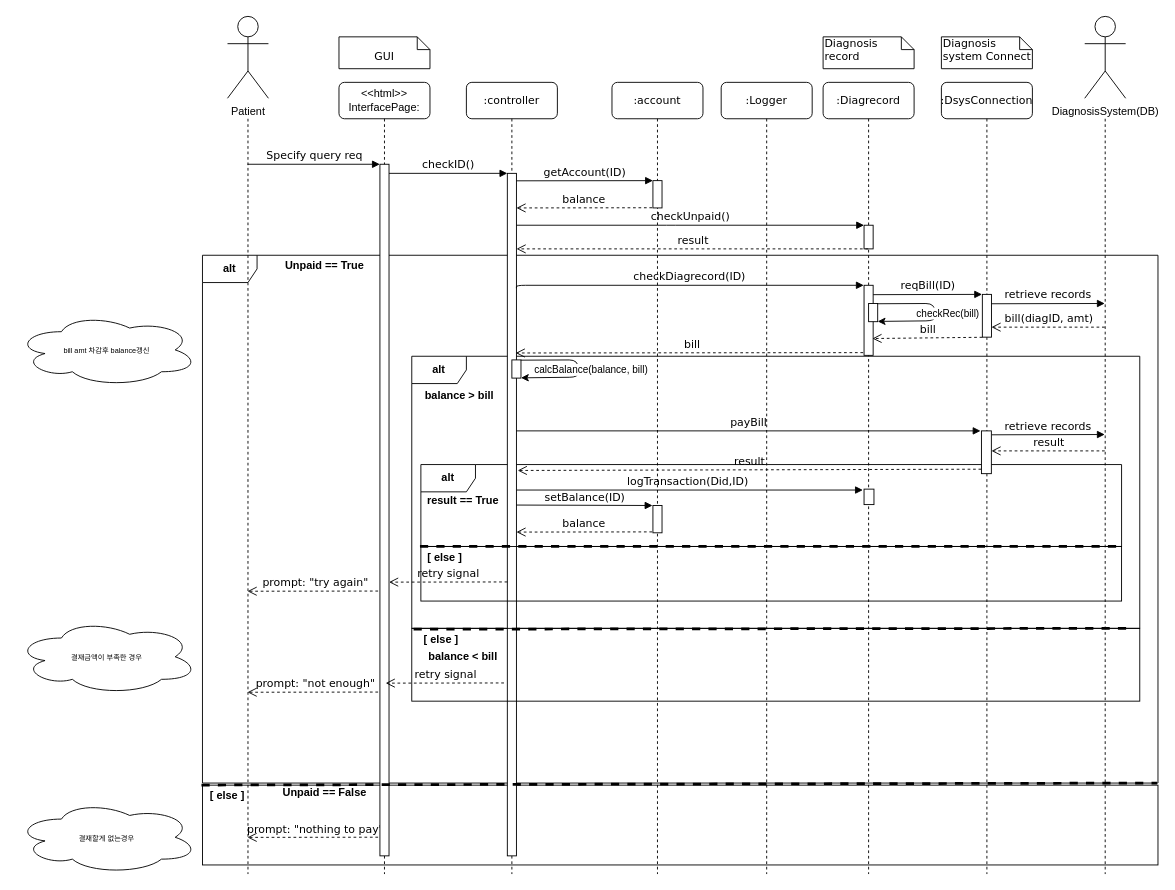
This is patient/04.sequencediagram/UC4_sequence_diag.drawio from yhb1834/Smart-Health-Prediction-System, a draw.io file, before an edit. Source tidied: cells renumbered, new cells numbered last; positions are measured from the earlier drawing's top-left corner, leaving out a move shared by most shapes. Both pictures are drawn from the tidied source at 91%, with x=0, y=0 at pixel (15, 16).
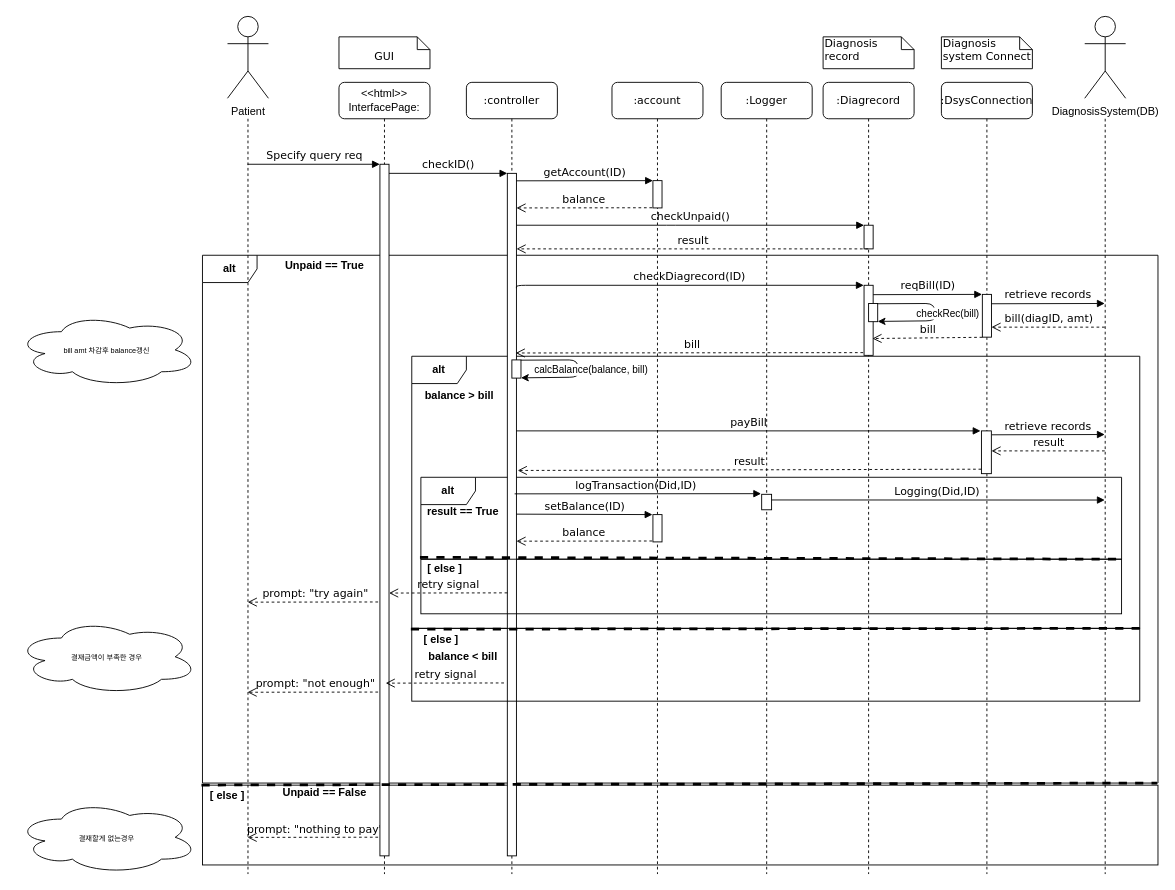
The same page after the edit.

The change refers to these unchanged cells:
```xml
<mxCell id="14" value=":account" style="shape=umlLifeline;perimeter=lifelinePerimeter;whiteSpace=wrap;html=1;rounded=1;shadow=0;comic=0;labelBackgroundColor=none;strokeWidth=1;fontFamily=Verdana;fontSize=12;align=center;" parent="1" vertex="1">
  <mxGeometry x="655" y="72" width="100" height="870" as="geometry" />
</mxCell>
<mxCell id="18" value=":Diagrecord" style="shape=umlLifeline;perimeter=lifelinePerimeter;whiteSpace=wrap;html=1;outlineConnect=0;rounded=1;shadow=0;comic=0;labelBackgroundColor=none;strokeWidth=1;fontFamily=Verdana;fontSize=12;align=center;" parent="1" vertex="1">
  <mxGeometry x="887" y="72" width="100" height="870" as="geometry" />
</mxCell>
<mxCell id="29" style="shape=umlLifeline;perimeter=lifelinePerimeter;whiteSpace=wrap;html=1;outlineConnect=0;rounded=1;shadow=0;comic=0;labelBackgroundColor=none;strokeWidth=1;fontFamily=Verdana;fontSize=12;align=center;size=0;" parent="1" vertex="1">
  <mxGeometry x="205" y="112" width="100" height="830" as="geometry" />
</mxCell>
<mxCell id="70" style="rounded=0;whiteSpace=wrap;html=1;fillColor=none;" parent="1" vertex="1">
  <mxGeometry x="435" y="672" width="800" height="80" as="geometry" />
</mxCell>
```

What changed in the source:
```diff
@@
-    <mxCell id="6" value="prompt: &quot;try again&quot;" style="html=1;verticalAlign=bottom;endArrow=open;dashed=1;endSize=8;labelBackgroundColor=none;fontFamily=Verdana;fontSize=12;edgeStyle=elbowEdgeStyle;elbow=vertical;exitX=-0.087;exitY=0.993;exitDx=0;exitDy=0;exitPerimeter=0;" parent="1" edge="1" target="29">
+    <mxCell id="6" value="prompt: &quot;try again&quot;" style="html=1;verticalAlign=bottom;endArrow=open;dashed=1;endSize=8;labelBackgroundColor=none;fontFamily=Verdana;fontSize=12;edgeStyle=elbowEdgeStyle;elbow=vertical;exitX=-0.087;exitY=0.993;exitDx=0;exitDy=0;exitPerimeter=0;" parent="1" edge="1">
       <mxGeometry relative="1" as="geometry">
-        <mxPoint x="404" y="631" as="sourcePoint" />
+        <mxPoint x="404" y="643" as="sourcePoint" />
+        <mxPoint x="254.7" y="643.2" as="targetPoint" />
         <Array as="points">
-          <mxPoint x="358.9" y="631.2" />
-          <mxPoint x="333.9" y="631.2" />
-          <mxPoint x="363.9" y="631.2" />
+          <mxPoint x="358.9" y="643.2" />
+          <mxPoint x="333.9" y="643.2" />
+          <mxPoint x="363.9" y="643.2" />
         </Array>
       </mxGeometry>
     </mxCell>
@@
     <mxCell id="8" value="&lt;b&gt;alt&lt;/b&gt;" style="shape=umlFrame;whiteSpace=wrap;html=1;" parent="1" vertex="1">
-      <mxGeometry x="445" y="492" width="770" height="90" as="geometry" />
+      <mxGeometry x="445" y="506" width="770" height="90" as="geometry" />
     </mxCell>
@@
     <mxCell id="16" value="setBalance(ID)" style="html=1;verticalAlign=bottom;endArrow=block;entryX=-0.051;entryY=-0.006;labelBackgroundColor=none;fontFamily=Verdana;fontSize=12;edgeStyle=elbowEdgeStyle;elbow=vertical;entryDx=0;entryDy=0;entryPerimeter=0;" parent="14" edge="1">
       <mxGeometry relative="1" as="geometry">
-        <mxPoint x="-105" y="464.5" as="sourcePoint" />
-        <mxPoint x="44.5" y="464.8" as="targetPoint" />
+        <mxPoint x="-105" y="474.5" as="sourcePoint" />
+        <mxPoint x="44.5" y="474.8" as="targetPoint" />
       </mxGeometry>
     </mxCell>
     <mxCell id="17" style="html=1;perimeter=orthogonalPerimeter;rounded=0;shadow=0;comic=0;labelBackgroundColor=none;strokeWidth=1;fontFamily=Verdana;fontSize=12;align=center;" parent="14" vertex="1">
-      <mxGeometry x="45" y="465" width="10" height="30" as="geometry" />
+      <mxGeometry x="45" y="475" width="10" height="30" as="geometry" />
     </mxCell>
@@
-    <mxCell id="20" style="html=1;perimeter=orthogonalPerimeter;rounded=0;shadow=0;comic=0;labelBackgroundColor=none;strokeWidth=1;fontFamily=Verdana;fontSize=12;align=center;" parent="18" vertex="1">
-      <mxGeometry x="45" y="447" width="10.9" height="17" as="geometry" />
-    </mxCell>
@@
-    <mxCell id="58" value="logTransaction(Did,ID)&amp;nbsp;" style="html=1;verticalAlign=bottom;endArrow=block;labelBackgroundColor=none;fontFamily=Verdana;fontSize=12;edgeStyle=elbowEdgeStyle;elbow=vertical;entryX=-0.033;entryY=0.004;entryDx=0;entryDy=0;entryPerimeter=0;" parent="1" edge="1">
-      <mxGeometry x="-50" y="289" as="geometry">
-        <mxPoint x="550" y="520" as="sourcePoint" />
-        <mxPoint x="930.7" y="520.3" as="targetPoint" />
-        <Array as="points">
-          <mxPoint x="744" y="520" />
-        </Array>
+    <mxCell id="58" value="logTransaction(Did,ID)&amp;nbsp;" style="html=1;verticalAlign=bottom;endArrow=block;labelBackgroundColor=none;fontFamily=Verdana;fontSize=12;edgeStyle=elbowEdgeStyle;elbow=vertical;entryX=0.122;entryY=0.311;entryDx=0;entryDy=0;entryPerimeter=0;exitX=1;exitY=0.471;exitDx=0;exitDy=0;exitPerimeter=0;" parent="1" edge="1">
+      <mxGeometry x="-52" y="288" as="geometry">
+        <mxPoint x="548" y="524.2" as="sourcePoint" />
+        <mxPoint x="818.9" y="524" as="targetPoint" />
       </mxGeometry>
     </mxCell>
@@
     <mxCell id="61" value="result == True" style="text;html=1;strokeColor=none;fillColor=none;align=center;verticalAlign=middle;whiteSpace=wrap;rounded=0;fontStyle=1;" parent="1" vertex="1">
-      <mxGeometry x="445" y="520.7" width="93" height="22.6" as="geometry" />
+      <mxGeometry x="445" y="532.7" width="93" height="22.6" as="geometry" />
     </mxCell>
-    <mxCell id="62" style="endArrow=none;dashed=1;html=1;strokeWidth=3;entryX=-0.001;entryY=1.004;entryDx=0;entryDy=0;entryPerimeter=0;exitX=1;exitY=0.998;exitDx=0;exitDy=0;exitPerimeter=0;" parent="1" edge="1">
+    <mxCell id="62" style="endArrow=none;dashed=1;html=1;strokeWidth=3;entryX=-0.001;entryY=1.004;entryDx=0;entryDy=0;entryPerimeter=0;exitX=1;exitY=0;exitDx=0;exitDy=0;" parent="1" edge="1" source="70">
       <mxGeometry relative="1" as="geometry">
-        <mxPoint x="1220" y="672" as="sourcePoint" />
         <mxPoint x="430" y="672.9" as="targetPoint" />
       </mxGeometry>
     </mxCell>
     <mxCell id="63" style="rounded=0;whiteSpace=wrap;html=1;fillColor=none;" parent="1" vertex="1">
-      <mxGeometry x="445" y="582" width="770" height="60" as="geometry" />
+      <mxGeometry x="445" y="596" width="770" height="60" as="geometry" />
     </mxCell>
@@
     <mxCell id="66" value="&lt;b&gt;[ else ]&lt;/b&gt;" style="text;html=1;strokeColor=none;fillColor=none;align=center;verticalAlign=middle;whiteSpace=wrap;rounded=0;" parent="1" vertex="1">
-      <mxGeometry x="444" y="582" width="54.7" height="25" as="geometry" />
+      <mxGeometry x="444" y="594" width="54.7" height="25" as="geometry" />
     </mxCell>
     <mxCell id="67" value="balance" style="html=1;verticalAlign=bottom;endArrow=open;dashed=1;endSize=8;labelBackgroundColor=none;fontFamily=Verdana;fontSize=12;edgeStyle=elbowEdgeStyle;elbow=vertical;exitX=-0.087;exitY=0.993;exitDx=0;exitDy=0;exitPerimeter=0;" parent="1" edge="1">
       <mxGeometry relative="1" as="geometry">
-        <mxPoint x="699.1" y="566" as="sourcePoint" />
-        <mxPoint x="550" y="566.2" as="targetPoint" />
+        <mxPoint x="699.1" y="576" as="sourcePoint" />
+        <mxPoint x="550" y="576.2" as="targetPoint" />
         <Array as="points">
-          <mxPoint x="654" y="566.2" />
-          <mxPoint x="629" y="566.2" />
-          <mxPoint x="659" y="566.2" />
+          <mxPoint x="654" y="576.2" />
+          <mxPoint x="629" y="576.2" />
+          <mxPoint x="659" y="576.2" />
         </Array>
       </mxGeometry>
     </mxCell>
-    <mxCell id="68" style="endArrow=none;dashed=1;html=1;strokeWidth=3;exitX=0;exitY=0;exitDx=0;exitDy=0;entryX=1;entryY=0;entryDx=0;entryDy=0;" parent="1" edge="1" target="63">
-      <mxGeometry relative="1" as="geometry">
-        <mxPoint x="444" y="582" as="sourcePoint" />
-      </mxGeometry>
+    <mxCell id="68" style="endArrow=none;dashed=1;html=1;strokeWidth=3;exitX=0;exitY=0;exitDx=0;exitDy=0;entryX=1;entryY=0;entryDx=0;entryDy=0;" parent="1" edge="1" source="66" target="63">
+      <mxGeometry relative="1" as="geometry" />
     </mxCell>
     <mxCell id="69" value="retry signal" style="html=1;verticalAlign=bottom;endArrow=open;dashed=1;endSize=8;labelBackgroundColor=none;fontFamily=Verdana;fontSize=12;edgeStyle=elbowEdgeStyle;elbow=vertical;exitX=-0.087;exitY=0.993;exitDx=0;exitDy=0;exitPerimeter=0;" parent="1" edge="1">
       <mxGeometry relative="1" as="geometry">
-        <mxPoint x="540" y="621" as="sourcePoint" />
-        <mxPoint x="410" y="621" as="targetPoint" />
+        <mxPoint x="540" y="633" as="sourcePoint" />
+        <mxPoint x="410" y="633" as="targetPoint" />
         <Array as="points">
-          <mxPoint x="494.9" y="621.2" />
-          <mxPoint x="469.9" y="621.2" />
-          <mxPoint x="499.9" y="621.2" />
+          <mxPoint x="494.9" y="633.2" />
+          <mxPoint x="469.9" y="633.2" />
+          <mxPoint x="499.9" y="633.2" />
         </Array>
       </mxGeometry>
     </mxCell>
@@
+    <mxCell id="20" style="html=1;perimeter=orthogonalPerimeter;rounded=0;shadow=0;comic=0;labelBackgroundColor=none;strokeWidth=1;fontFamily=Verdana;fontSize=12;align=center;" parent="1" vertex="1">
+      <mxGeometry x="819.5" y="524.7" width="10.9" height="17" as="geometry" />
+    </mxCell>
+    <mxCell id="74" value="Logging(Did,ID)&amp;nbsp;" style="html=1;verticalAlign=bottom;endArrow=block;labelBackgroundColor=none;fontFamily=Verdana;fontSize=12;edgeStyle=elbowEdgeStyle;elbow=vertical;exitX=1;exitY=0.471;exitDx=0;exitDy=0;exitPerimeter=0;" parent="1" edge="1">
+      <mxGeometry x="230.5" y="294.6" as="geometry">
+        <mxPoint x="830.5" y="530.9" as="sourcePoint" />
+        <mxPoint x="1196.5" y="530.8" as="targetPoint" />
+      </mxGeometry>
+    </mxCell>
```
